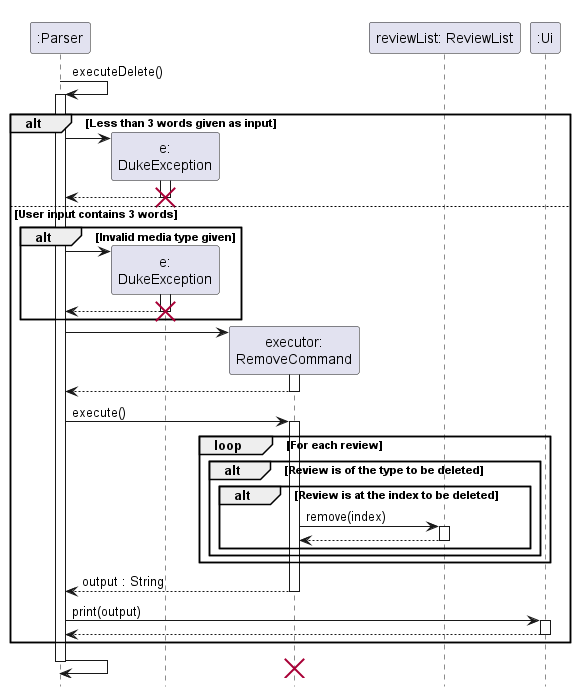
The PlantUML diagram docs/imgs/deleteSequence.png in nus-cs2113-AY2223S1/tp, before a commit. Its source is kept beside it as docs/UML Diagrams/deleteSequence.puml.
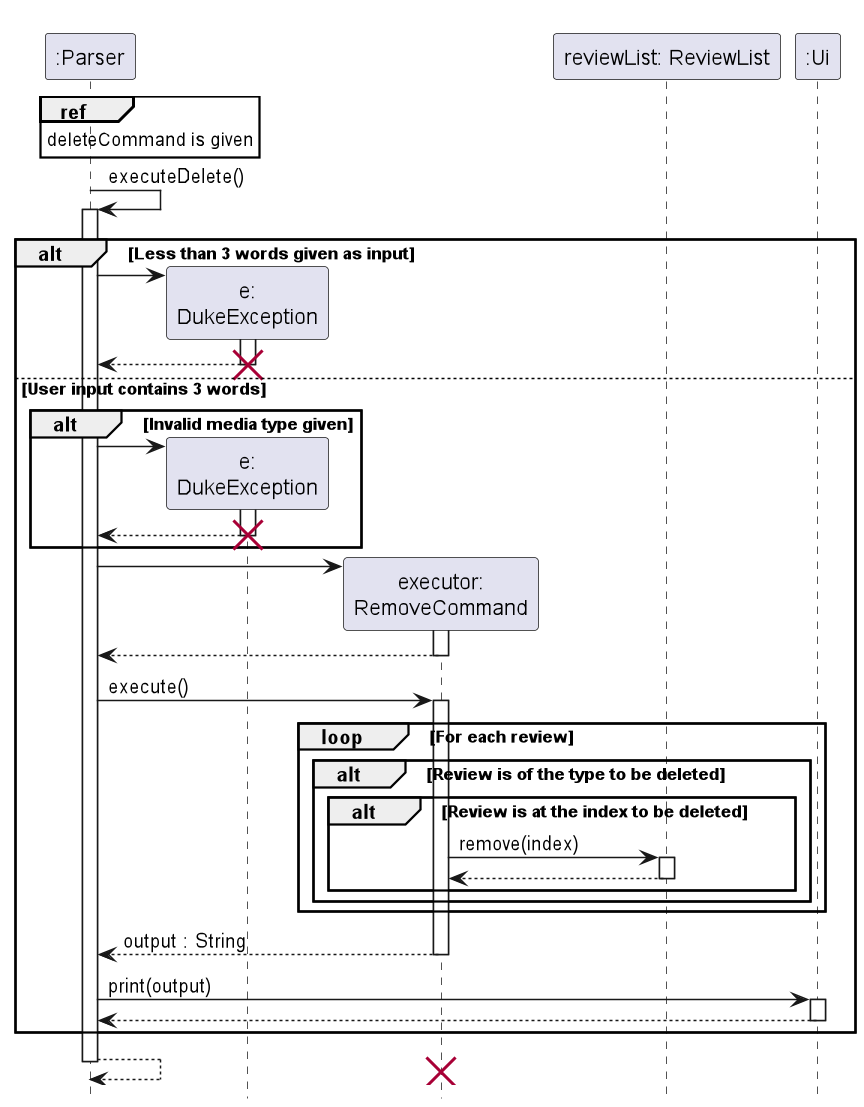
The same diagram one commit later.

Commit message:
added to sequence diagrams

Diff of the diagram source:
```diff
@@ -4,6 +4,10 @@
 hide footbox
 
 participant ":Parser"
+
+ref over ":Parser"
+deleteCommand is given
+end ref
 
 ":Parser" -> ":Parser" : executeDelete()
 activate ":Parser"
@@ -68,7 +72,7 @@
 
 
 
-":Parser" -> ":Parser"
+":Parser" --> ":Parser"
 destroy "executor:\nRemoveCommand"
 deactivate ":Parser"
 
```
